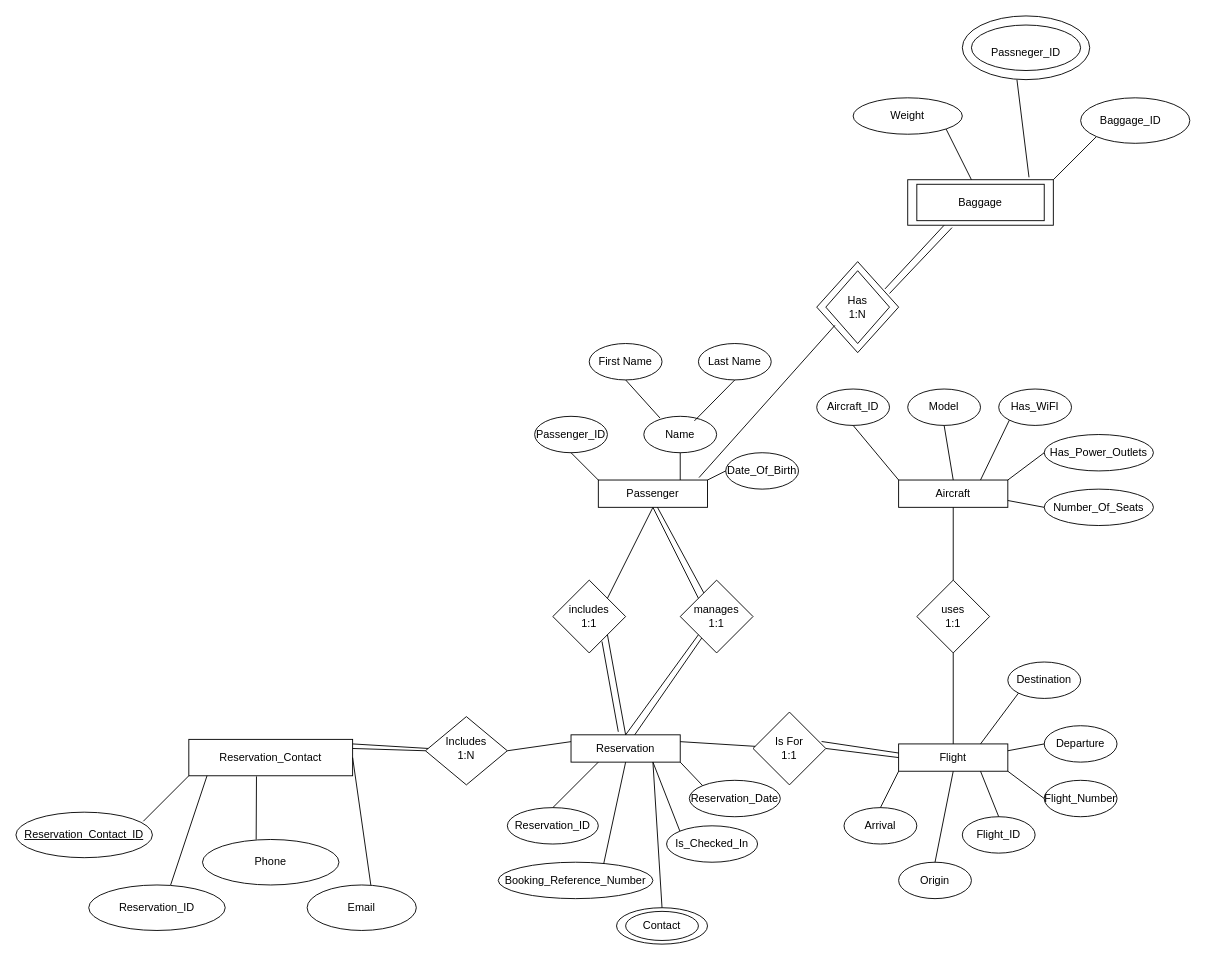
This is page "Page-1" (1 of 2) of diagrams/snoopy-airlines-eer.drawio from Persona5-Joker/4347-Database-Project-Snoopy-Airlines-, a draw.io file, before an edit. Source tidied: cells renumbered, new cells numbered last; positions are measured from the earlier drawing's top-left corner, leaving out a move shared by most shapes. Both pictures are drawn from the tidied source at 91%, with x=0, y=0 at pixel (15, 15).
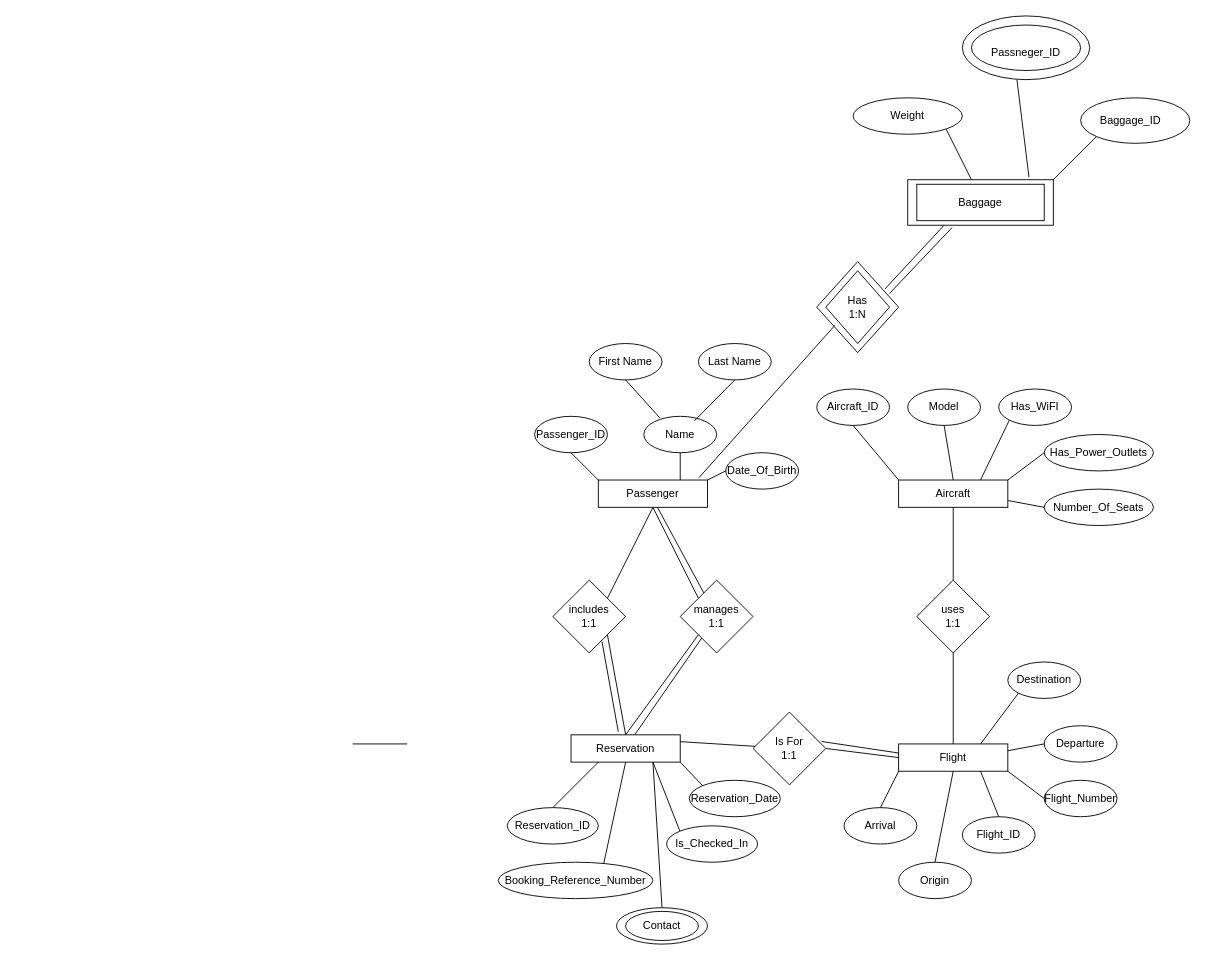
The same page after the edit.

Unchanged cells that the change refers to:
```xml
<mxCell id="6" value="Reservation" style="rounded=0;whiteSpace=wrap;html=1;" parent="1" vertex="1">
  <mxGeometry x="610" y="790" width="120" height="30" as="geometry" />
</mxCell>
```

The edit, as a diff of the source:
```diff
@@
-    <mxCell id="62" style="rounded=0;whiteSpace=wrap;html=1;" parent="1" vertex="1">
-      <mxGeometry x="190" y="795" width="180" height="40" as="geometry" />
-    </mxCell>
-    <mxCell id="63" value="Reservation_Contact" style="text;strokeColor=none;align=center;fillColor=none;html=1;verticalAlign=middle;whiteSpace=wrap;rounded=0;" parent="1" vertex="1">
-      <mxGeometry x="200" y="800" width="160" height="30" as="geometry" />
-    </mxCell>
-    <mxCell id="64" style="endArrow=none;html=1;rounded=0;" parent="1" edge="1">
-      <mxGeometry relative="1" as="geometry">
-        <mxPoint x="140" y="885" as="sourcePoint" />
-        <mxPoint x="190" y="835" as="targetPoint" />
-      </mxGeometry>
-    </mxCell>
-    <mxCell id="65" style="ellipse;whiteSpace=wrap;html=1;" parent="1" vertex="1">
-      <mxGeometry y="875" width="150" height="50" as="geometry" />
-    </mxCell>
-    <mxCell id="66" value="&lt;u&gt;Reservation_Contact_ID&lt;/u&gt;" style="text;strokeColor=none;align=center;fillColor=none;html=1;verticalAlign=middle;whiteSpace=wrap;rounded=0;" parent="1" vertex="1">
-      <mxGeometry x="20" y="885" width="110" height="30" as="geometry" />
-    </mxCell>
-    <mxCell id="67" style="endArrow=none;html=1;rounded=0;" parent="1" edge="1">
-      <mxGeometry relative="1" as="geometry">
-        <mxPoint x="170" y="955" as="sourcePoint" />
-        <mxPoint x="210" y="835" as="targetPoint" />
-      </mxGeometry>
-    </mxCell>
-    <mxCell id="68" style="ellipse;whiteSpace=wrap;html=1;" parent="1" vertex="1">
-      <mxGeometry x="80" y="955" width="150" height="50" as="geometry" />
-    </mxCell>
-    <mxCell id="69" value="Reservation_ID" style="text;strokeColor=none;align=center;fillColor=none;html=1;verticalAlign=middle;whiteSpace=wrap;rounded=0;" parent="1" vertex="1">
-      <mxGeometry x="100" y="965" width="110" height="30" as="geometry" />
-    </mxCell>
-    <mxCell id="70" style="endArrow=none;html=1;rounded=0;entryX=0.413;entryY=1.017;entryDx=0;entryDy=0;entryPerimeter=0;" parent="1" edge="1" target="62">
-      <mxGeometry relative="1" as="geometry">
-        <mxPoint x="264" y="905" as="sourcePoint" />
-      </mxGeometry>
-    </mxCell>
-    <mxCell id="71" style="ellipse;whiteSpace=wrap;html=1;" parent="1" vertex="1">
-      <mxGeometry x="205" y="905" width="150" height="50" as="geometry" />
-    </mxCell>
-    <mxCell id="72" value="Phone" style="text;strokeColor=none;align=center;fillColor=none;html=1;verticalAlign=middle;whiteSpace=wrap;rounded=0;" parent="1" vertex="1">
-      <mxGeometry x="230" y="915" width="100" height="30" as="geometry" />
-    </mxCell>
-    <mxCell id="73" style="endArrow=none;html=1;rounded=0;entryX=1;entryY=0.5;entryDx=0;entryDy=0;" parent="1" edge="1" target="62">
-      <mxGeometry relative="1" as="geometry">
-        <mxPoint x="390" y="955" as="sourcePoint" />
-      </mxGeometry>
-    </mxCell>
-    <mxCell id="74" style="ellipse;whiteSpace=wrap;html=1;" parent="1" vertex="1">
-      <mxGeometry x="320" y="955" width="120" height="50" as="geometry" />
-    </mxCell>
-    <mxCell id="75" value="Email" style="text;strokeColor=none;align=center;fillColor=none;html=1;verticalAlign=middle;whiteSpace=wrap;rounded=0;" parent="1" vertex="1">
-      <mxGeometry x="340" y="965" width="80" height="30" as="geometry" />
-    </mxCell>
-    <mxCell id="76" style="rhombus;whiteSpace=wrap;html=1;" parent="1" vertex="1">
-      <mxGeometry x="450" y="770" width="90" height="75" as="geometry" />
-    </mxCell>
-    <mxCell id="77" style="endArrow=none;html=1;rounded=0;entryX=0;entryY=0.25;entryDx=0;entryDy=0;exitX=1;exitY=0.5;exitDx=0;exitDy=0;" parent="1" edge="1" source="76" target="6">
-      <mxGeometry relative="1" as="geometry" />
-    </mxCell>
-    <mxCell id="78" value="Includes&lt;div&gt;1:N&lt;/div&gt;" style="text;strokeColor=none;align=center;fillColor=none;html=1;verticalAlign=middle;whiteSpace=wrap;rounded=0;" parent="1" vertex="1">
-      <mxGeometry x="465" y="790" width="60" height="30" as="geometry" />
-    </mxCell>
-    <mxCell id="79" style="endArrow=none;html=1;rounded=0;entryX=0;entryY=0.5;entryDx=0;entryDy=0;exitX=1;exitY=0.25;exitDx=0;exitDy=0;" parent="1" edge="1" source="62" target="76">
-      <mxGeometry relative="1" as="geometry" />
-    </mxCell>
@@
-    <mxCell id="100" style="endArrow=none;html=1;rounded=0;" parent="1" edge="1" target="76">
+    <mxCell id="100" style="endArrow=none;html=1;rounded=0;" parent="1" edge="1">
       <mxGeometry relative="1" as="geometry">
         <mxPoint x="370" y="800" as="sourcePoint" />
+        <mxPoint x="430" y="800" as="targetPoint" />
       </mxGeometry>
     </mxCell>
```
